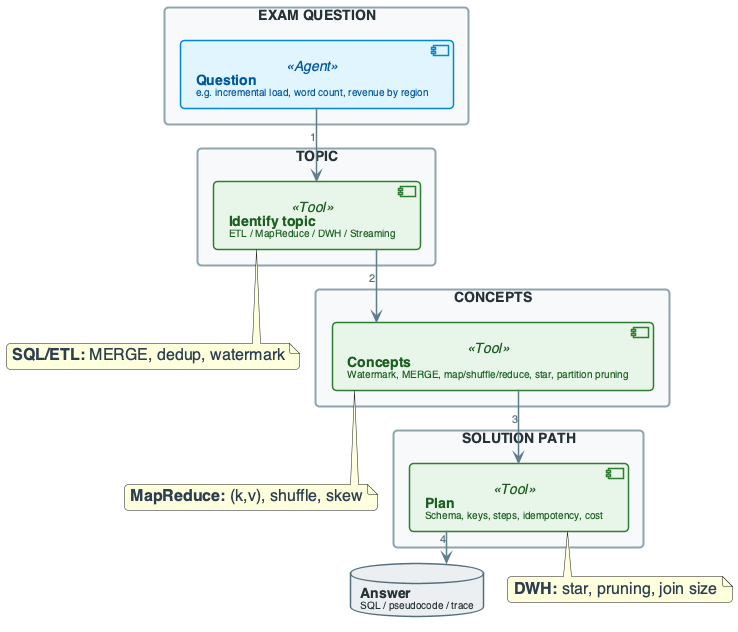
OrPerets/data-engineering-course keeps this PlantUML diagram as diagrams/week14/week14_lecture_slide21_exam_request_flow.png. Above is the earlier version.
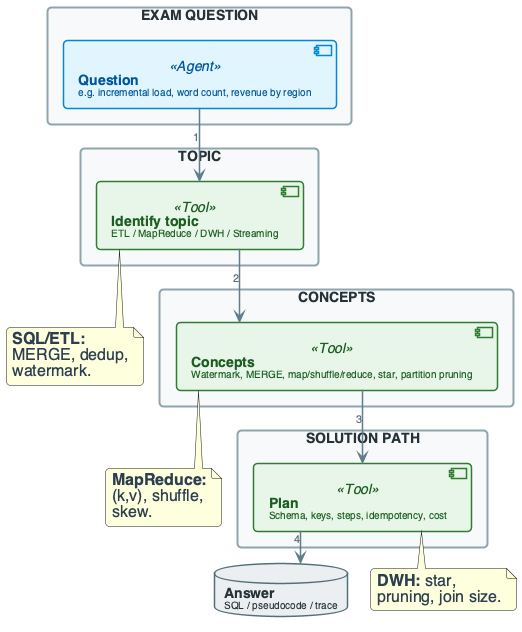
After the change.

Diff of the diagram source:
```diff
@@ -141,8 +141,8 @@
 CONCEPTS_LIST --> PLAN : "3"
 PLAN --> ANSWER : "4"
 
-note bottom of TOPIC_ID : **SQL/ETL:** MERGE, dedup, watermark
-note bottom of CONCEPTS_LIST : **MapReduce:** (k,v), shuffle, skew
-note bottom of PLAN : **DWH:** star, pruning, join size
+note bottom of TOPIC_ID : **SQL/ETL:**\nMERGE, dedup,\nwatermark.
+note bottom of CONCEPTS_LIST : **MapReduce:**\n(k,v), shuffle,\nskew.
+note bottom of PLAN : **DWH:** star,\npruning, join size.
 
 @enduml
```
